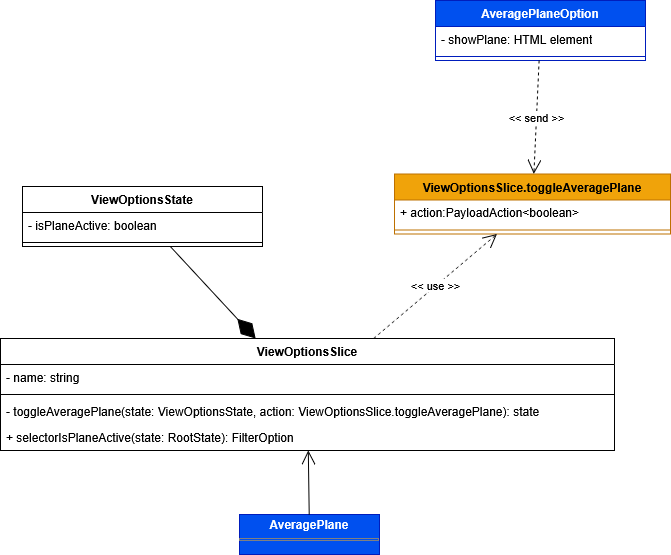
Above: Docs/PB/Generali Esterni/specifica_tecnica/template/images/uml_front/logic/viewoptionslice.png in 6BitBusters/6BitBusters.github.io (draw.io), before the change. Source tidied: cells renumbered, new cells last; positions are measured from the earlier drawing's top-left corner, leaving out a move shared by most shapes.
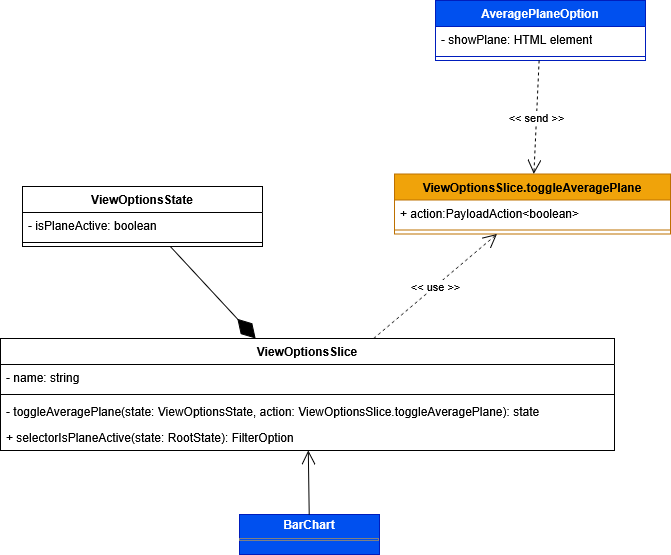
Later version of the same file.

What changed in the source:
```diff
@@ -53,7 +53,7 @@
     <mxCell id="18" value="&amp;lt;&amp;lt; send &amp;gt;&amp;gt;" style="endArrow=open;endSize=12;dashed=1;html=1;rounded=0;" parent="1" edge="1" source="15" target="2">
       <mxGeometry relative="1" as="geometry" />
     </mxCell>
-    <mxCell id="19" value="&lt;p style=&quot;margin:0px;margin-top:4px;text-align:center;&quot;&gt;&lt;b&gt;AveragePlane&lt;/b&gt;&lt;/p&gt;&lt;hr size=&quot;1&quot; style=&quot;border-style:solid;&quot;&gt;&lt;div style=&quot;height:2px;&quot;&gt;&lt;/div&gt;" style="verticalAlign=top;align=left;overflow=fill;html=1;whiteSpace=wrap;fillColor=#0050ef;fontColor=#ffffff;strokeColor=#001DBC;" parent="1" vertex="1">
+    <mxCell id="19" value="&lt;p style=&quot;margin:0px;margin-top:4px;text-align:center;&quot;&gt;&lt;b&gt;BarChart&lt;/b&gt;&lt;/p&gt;&lt;hr size=&quot;1&quot; style=&quot;border-style:solid;&quot;&gt;&lt;div style=&quot;height:2px;&quot;&gt;&lt;/div&gt;" style="verticalAlign=top;align=left;overflow=fill;html=1;whiteSpace=wrap;fillColor=#0050ef;fontColor=#ffffff;strokeColor=#001DBC;" parent="1" vertex="1">
       <mxGeometry x="239" y="514" width="140" height="40" as="geometry" />
     </mxCell>
     <mxCell id="20" style="endArrow=open;endFill=1;endSize=12;html=1;rounded=0;" parent="1" edge="1" source="19" target="6">
```
